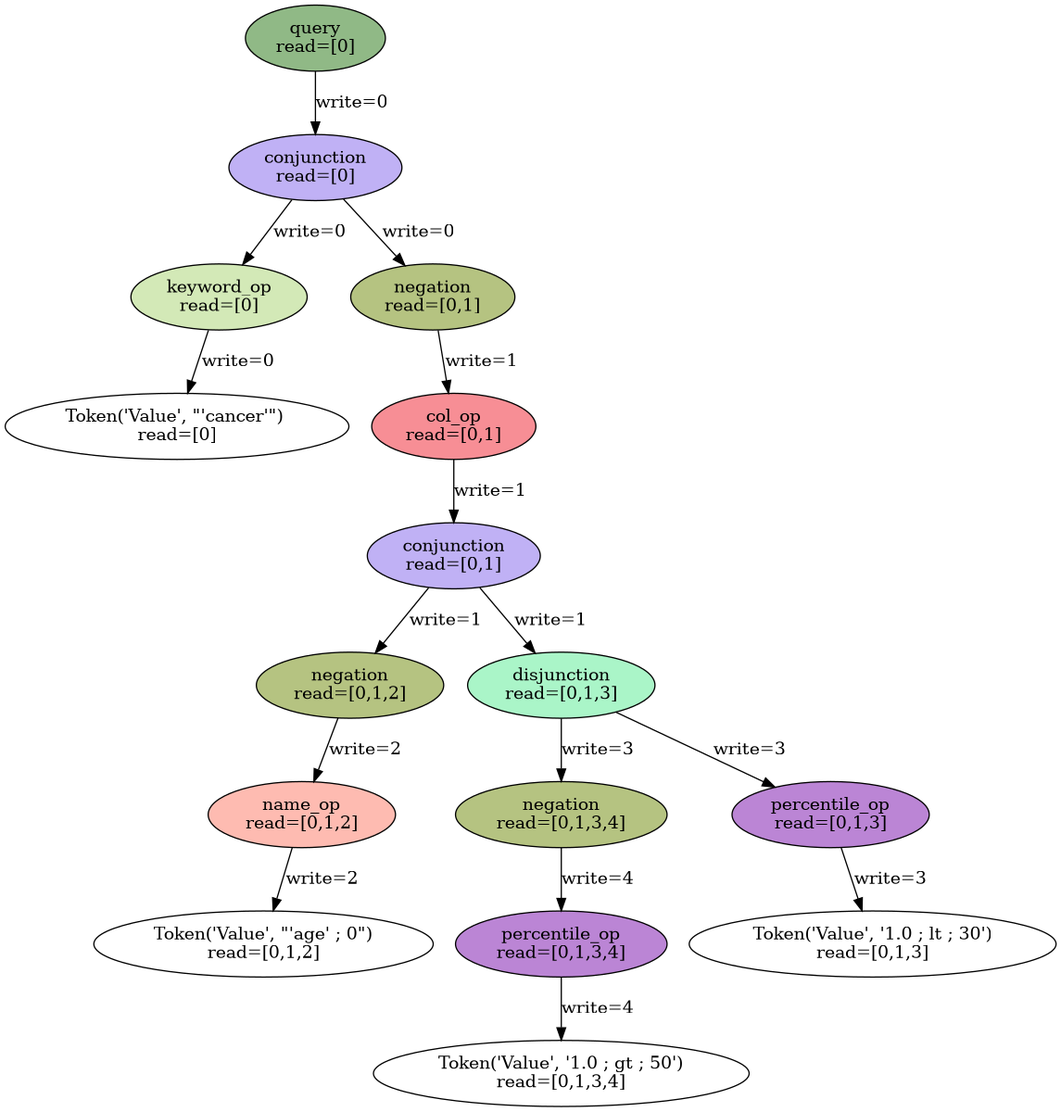
Earlier version of the Graphviz export analysis/visualize_trees/edited_trees/parse_tree_query_example_for_read_write_groups_with_leaves.png (leonardgeissler/fainder-demo). Its source is kept beside it as analysis/visualize_trees/edited_trees/parse_tree_query_example_for_read_write_groups_with_leaves.dot. Its diagram source:
```dot
digraph G {
rankdir=TB;
0 [label="Token('Value', \"'cancer'\") \nread=[0]"];
1 [style=filled, fillcolor="#d3e9b7", label="keyword_op\nread=[0]"];
1 -> 0 [label="write=0"];
2 [label="Token('Value', \"'age' ; 0\")\nread=[0,1,2]"];
3 [style=filled, fillcolor="#febbb1", label="name_op\nread=[0,1,2]"];
3 -> 2 [label="write=2"];
4 [style=filled, fillcolor="#b5c381", label="negation\nread=[0,1,2]"];
4 -> 3 [label="write=2"];
5 [label="Token('Value', '1.0 ; gt ; 50')\nread=[0,1,3,4]"];
6 [style=filled, fillcolor="#bb85d5", label="percentile_op\nread=[0,1,3,4]"];
6 -> 5 [label="write=4"];
7 [style=filled, fillcolor="#b5c381", label="negation\nread=[0,1,3,4]"];
7 -> 6 [label="write=4"];
8 [label="Token('Value', '1.0 ; lt ; 30')\nread=[0,1,3]"];
9 [style=filled, fillcolor="#bb85d5", label="percentile_op\nread=[0,1,3]"];
9 -> 8 [label="write=3"];
10 [style=filled, fillcolor="#aaf5c8", label="disjunction\nread=[0,1,3]"];
10 -> 7 [label="write=3"];
10 -> 9 [label="write=3"];
11 [style=filled, fillcolor="#c0b1f5", label="conjunction\nread=[0,1]"];
11 -> 4 [label="write=1"];
11 -> 10 [label="write=1"];
12 [style=filled, fillcolor="#f78e95", label="col_op\nread=[0,1]"];
12 -> 11 [label="write=1"];
13 [style=filled, fillcolor="#b5c381", label="negation\nread=[0,1]"];
13 -> 12 [label="write=1"];
14 [style=filled, fillcolor="#c0b1f5", label="conjunction\nread=[0]"];
14 -> 1 [label="write=0"];
14 -> 13 [label="write=0"];
15 [style=filled, fillcolor="#90b986", label="query\nread=[0]"];
15 -> 14 [label="write=0"];
}
```
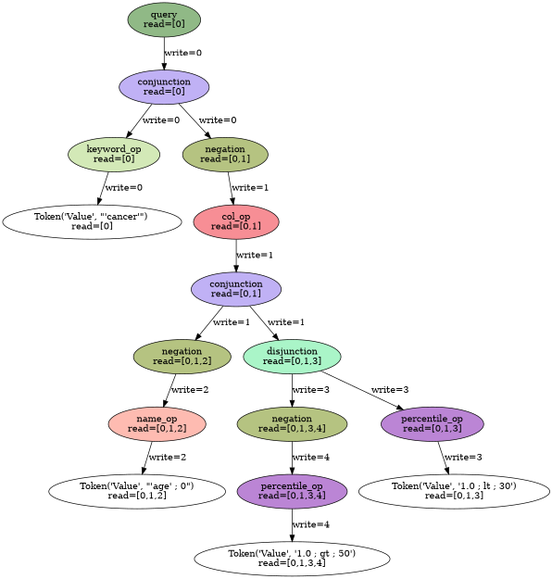
The same file after the commit.

What changed in the source:
```diff
@@ -1,5 +1,6 @@
 digraph G {
 rankdir=TB;
+dpi=50;
 0 [label="Token('Value', \"'cancer'\") \nread=[0]"];
 1 [style=filled, fillcolor="#d3e9b7", label="keyword_op\nread=[0]"];
 1 -> 0 [label="write=0"];
```
